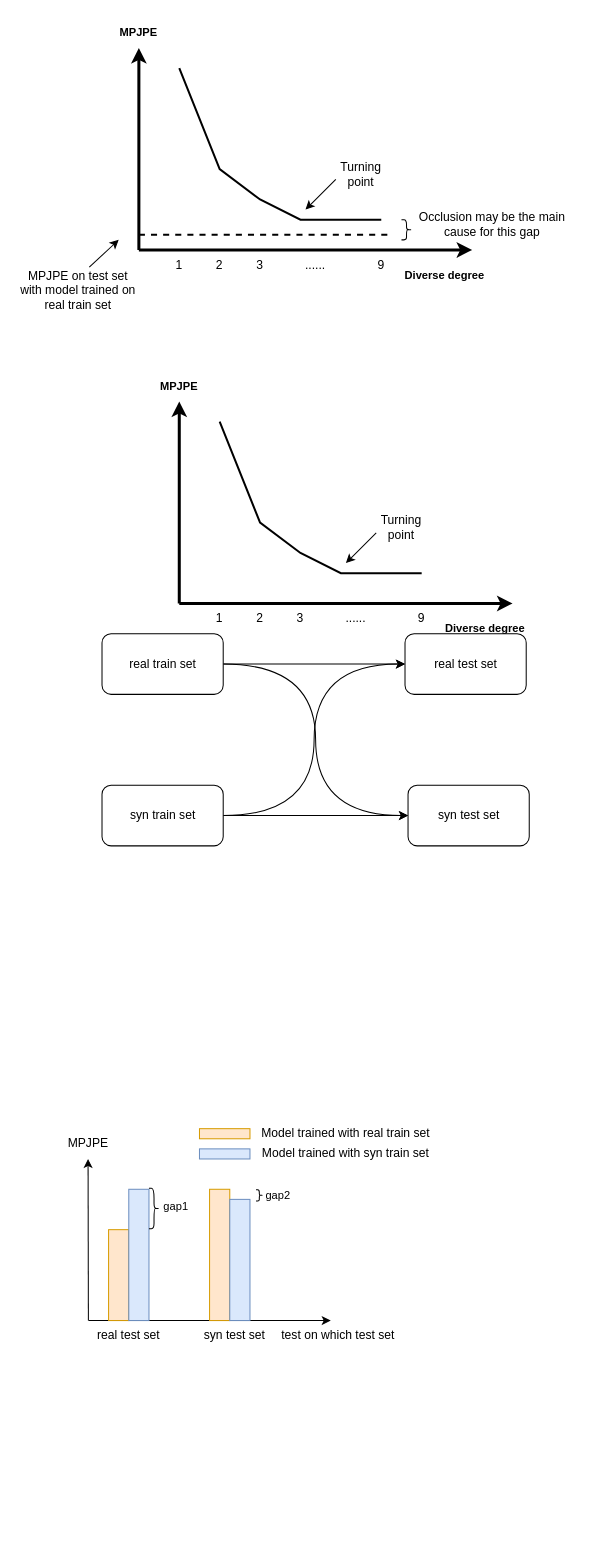
Before: complex_degree.drawio in delaprada/draw.io, a draw.io diagram. Source tidied: cells renumbered, new cells numbered last; positions are measured from the earlier drawing's top-left corner, leaving out a move shared by most shapes. Both pictures are drawn from the tidied source at 101%, with x=0, y=0 at pixel (17, 17).
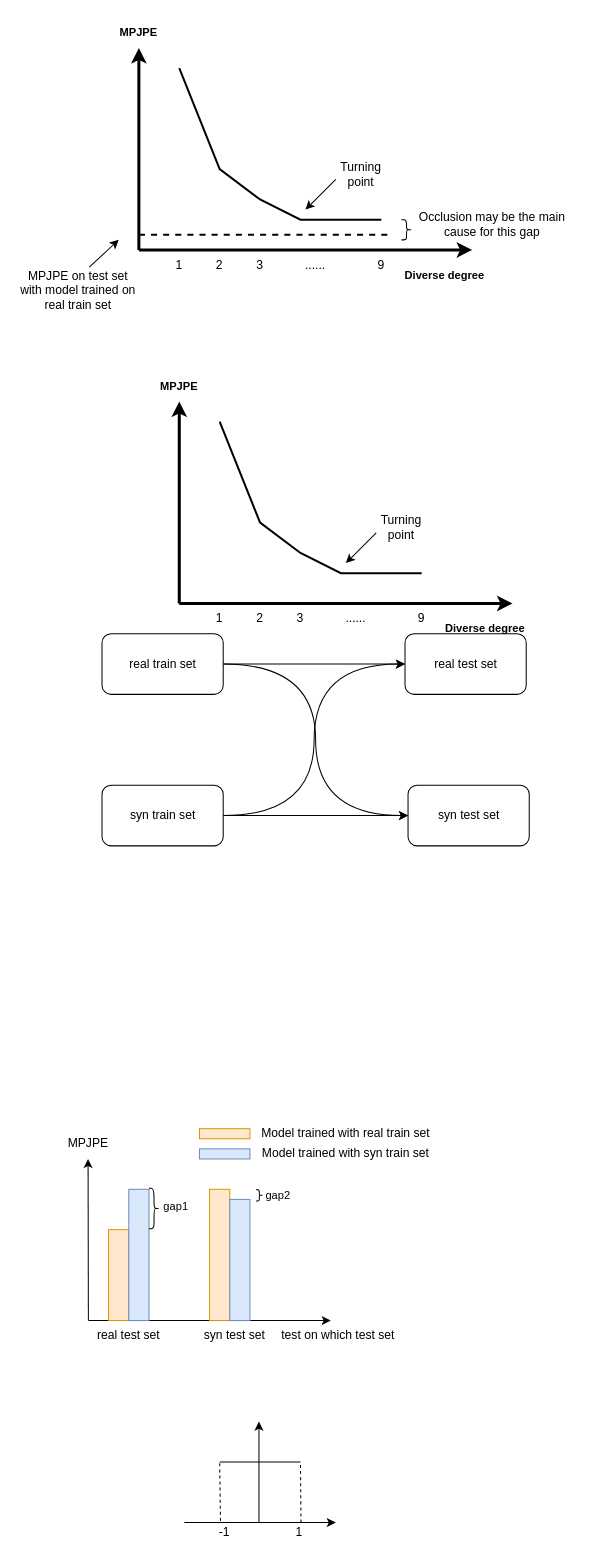
The same page after the edit.

Change to the diagram source:
```diff
@@
+    <mxCell id="57" style="endArrow=classic;html=1;rounded=0;" parent="1" edge="1">
+      <mxGeometry relative="1" as="geometry">
+        <mxPoint x="238.9" y="1490" as="sourcePoint" />
+        <mxPoint x="238.9" y="1390" as="targetPoint" />
+      </mxGeometry>
+    </mxCell>
+    <mxCell id="58" style="endArrow=classic;html=1;rounded=0;" parent="1" edge="1">
+      <mxGeometry relative="1" as="geometry">
+        <mxPoint x="165" y="1490" as="sourcePoint" />
+        <mxPoint x="315" y="1490" as="targetPoint" />
+      </mxGeometry>
+    </mxCell>
+    <mxCell id="59" style="endArrow=none;html=1;rounded=0;" parent="1" edge="1">
+      <mxGeometry relative="1" as="geometry">
+        <mxPoint x="200" y="1430" as="sourcePoint" />
+        <mxPoint x="280" y="1430" as="targetPoint" />
+      </mxGeometry>
+    </mxCell>
+    <mxCell id="60" value="-1" style="text;html=1;strokeColor=none;fillColor=none;align=center;verticalAlign=middle;whiteSpace=wrap;rounded=0;" parent="1" vertex="1">
+      <mxGeometry x="186" y="1490" width="38" height="20" as="geometry" />
+    </mxCell>
+    <mxCell id="61" value="1" style="text;html=1;strokeColor=none;fillColor=none;align=center;verticalAlign=middle;whiteSpace=wrap;rounded=0;" parent="1" vertex="1">
+      <mxGeometry x="260" y="1490" width="38" height="20" as="geometry" />
+    </mxCell>
+    <mxCell id="62" style="endArrow=none;dashed=1;html=1;rounded=0;exitX=0.389;exitY=-0.083;exitDx=0;exitDy=0;exitPerimeter=0;" parent="1" edge="1" source="60">
+      <mxGeometry relative="1" as="geometry">
+        <mxPoint x="200" y="1430" as="targetPoint" />
+      </mxGeometry>
+    </mxCell>
+    <mxCell id="63" style="endArrow=none;dashed=1;html=1;rounded=0;exitX=0.389;exitY=-0.083;exitDx=0;exitDy=0;exitPerimeter=0;" parent="1" edge="1">
+      <mxGeometry relative="1" as="geometry">
+        <mxPoint x="280.5" y="1490" as="sourcePoint" />
+        <mxPoint x="280" y="1430" as="targetPoint" />
+      </mxGeometry>
+    </mxCell>
```
